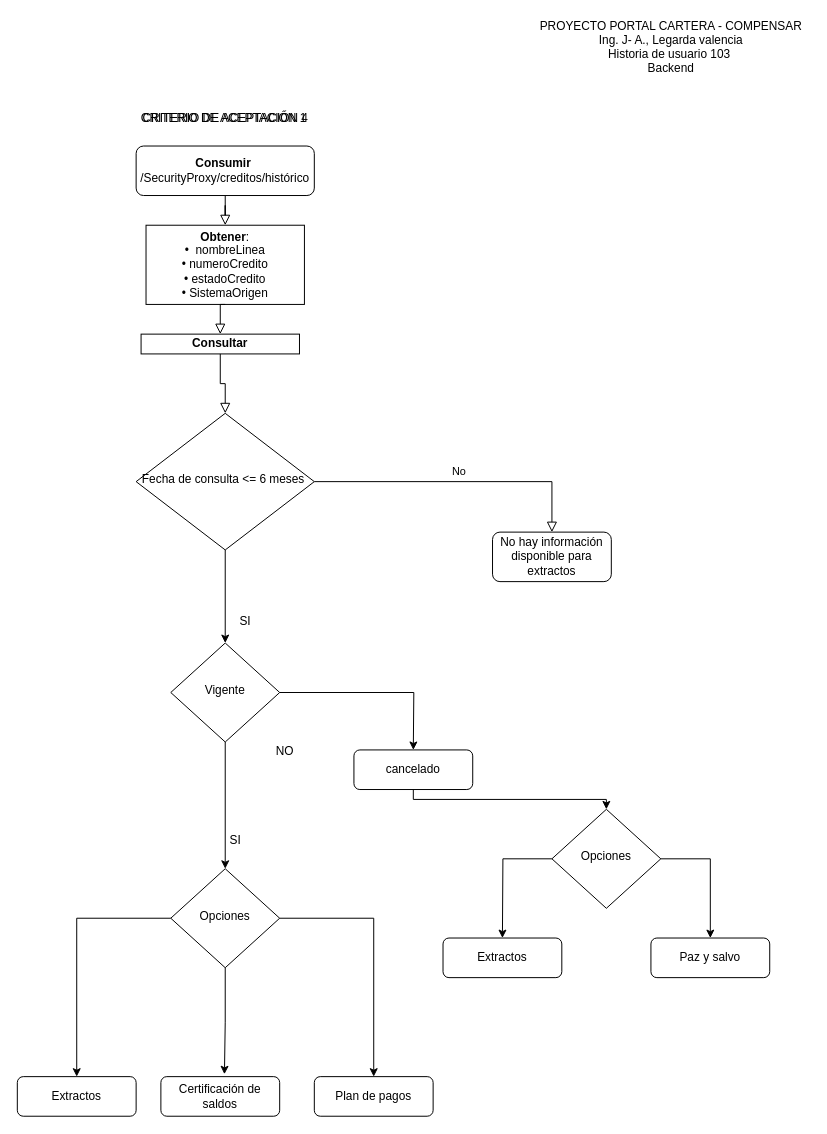
coderunner86/compensar-diagramas-flujo keeps this draw.io diagram as diagrama_flujo_backend_AC4_103.drawio. Above is the earlier version. Source tidied: cells renumbered, new cells numbered last; positions are measured from the earlier drawing's top-left corner, leaving out a move shared by most shapes. Both pictures are drawn from the tidied source at 99%, with x=0, y=0 at pixel (17, 17).
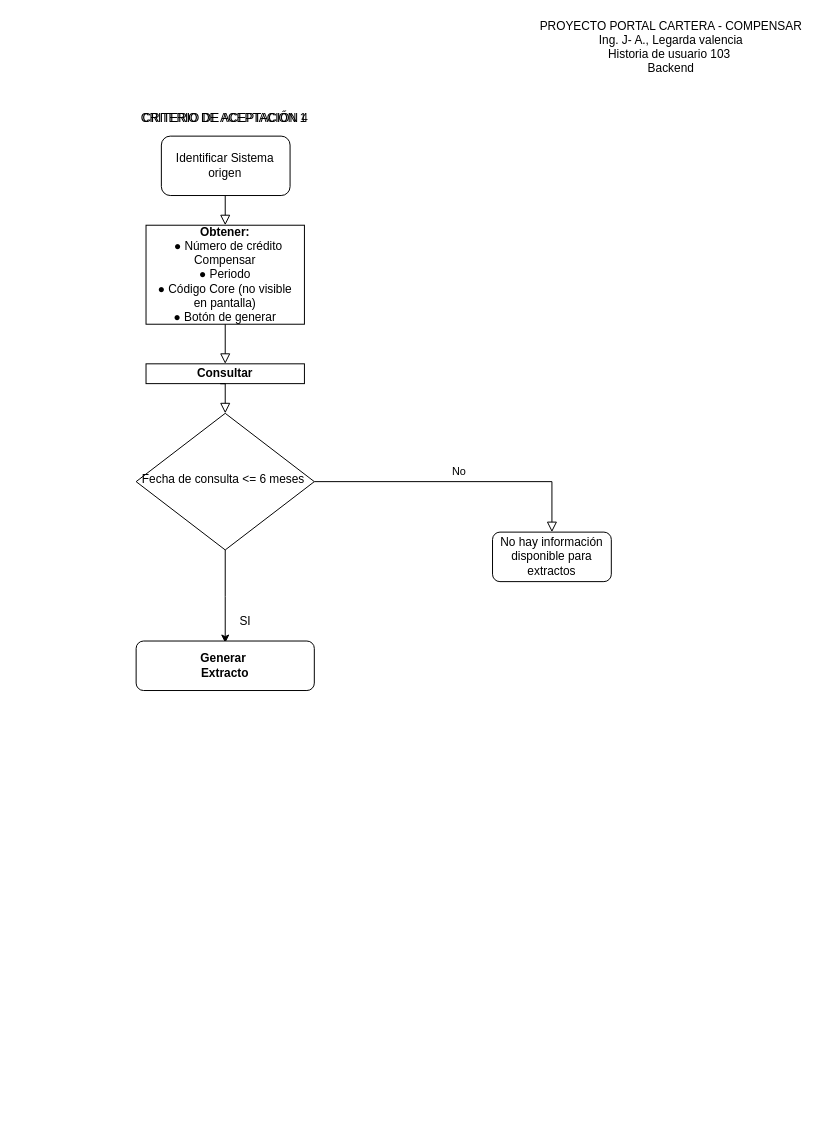
After the change.

Unchanged cells that the change refers to:
```xml
<mxCell id="4" value="Fecha de consulta &amp;lt;= 6 meses&amp;nbsp;&lt;br&gt;" style="rhombus;whiteSpace=wrap;html=1;shadow=0;fontFamily=Helvetica;fontSize=12;align=center;strokeWidth=1;spacing=6;spacingTop=-4;" parent="1" vertex="1">
  <mxGeometry x="120" y="400" width="180" height="138" as="geometry" />
</mxCell>
```

Diff of the diagram source:
```diff
@@
-    <mxCell id="2" style="rounded=0;html=1;jettySize=auto;fontSize=11;endArrow=block;endFill=0;endSize=8;strokeWidth=1;shadow=0;labelBackgroundColor=none;edgeStyle=orthogonalEdgeStyle;entryX=0.5;entryY=0;entryDx=0;entryDy=0;" parent="1" edge="1" source="3" target="13">
-      <mxGeometry relative="1" as="geometry" />
+    <mxCell id="2" style="rounded=0;html=1;jettySize=auto;fontSize=11;endArrow=block;endFill=0;endSize=8;strokeWidth=1;shadow=0;labelBackgroundColor=none;edgeStyle=orthogonalEdgeStyle;entryX=0.5;entryY=0;entryDx=0;entryDy=0;" parent="1" edge="1" target="13">
+      <mxGeometry relative="1" as="geometry">
+        <mxPoint x="210" y="180" as="sourcePoint" />
+      </mxGeometry>
     </mxCell>
-    <mxCell id="3" value="&lt;b&gt;Consumir&amp;nbsp;&lt;/b&gt;&lt;br&gt;/SecurityProxy/creditos/histórico" style="rounded=1;whiteSpace=wrap;html=1;fontSize=12;glass=0;strokeWidth=1;shadow=0;" parent="1" vertex="1">
-      <mxGeometry x="120" y="130" width="180" height="50" as="geometry" />
-    </mxCell>
@@
-    <mxCell id="6" style="endArrow=classic;html=1;rounded=0;edgeStyle=orthogonalEdgeStyle;exitX=0.5;exitY=1;exitDx=0;exitDy=0;" parent="1" edge="1" source="4" target="7">
-      <mxGeometry relative="1" as="geometry" />
+    <mxCell id="6" style="endArrow=classic;html=1;rounded=0;edgeStyle=orthogonalEdgeStyle;exitX=0.5;exitY=1;exitDx=0;exitDy=0;" parent="1" edge="1" source="4">
+      <mxGeometry relative="1" as="geometry">
+        <mxPoint x="210" y="632" as="targetPoint" />
+      </mxGeometry>
     </mxCell>
-    <mxCell id="7" value="Vigente" style="rhombus;whiteSpace=wrap;html=1;shadow=0;fontFamily=Helvetica;fontSize=12;align=center;strokeWidth=1;spacing=6;spacingTop=-4;" parent="1" vertex="1">
-      <mxGeometry x="155" y="632" width="110" height="100" as="geometry" />
-    </mxCell>
-    <mxCell id="8" style="endArrow=classic;html=1;rounded=0;edgeStyle=orthogonalEdgeStyle;exitX=1;exitY=0.5;exitDx=0;exitDy=0;" parent="1" edge="1" source="7">
-      <mxGeometry relative="1" as="geometry">
-        <mxPoint x="400" y="740" as="targetPoint" />
-      </mxGeometry>
-    </mxCell>
-    <mxCell id="9" value="NO" style="text;html=1;align=center;verticalAlign=middle;strokeColor=none;" parent="1" vertex="1">
-      <mxGeometry x="255" y="732" width="30" height="20" as="geometry" />
-    </mxCell>
-    <mxCell id="10" style="endArrow=classic;html=1;rounded=0;edgeStyle=orthogonalEdgeStyle;exitX=0.5;exitY=1;exitDx=0;exitDy=0;entryX=0.5;entryY=0;entryDx=0;entryDy=0;" parent="1" edge="1" source="7" target="22">
-      <mxGeometry relative="1" as="geometry" />
-    </mxCell>
-    <mxCell id="11" value="SI" style="text;html=1;align=center;verticalAlign=middle;strokeColor=none;" parent="1" vertex="1">
-      <mxGeometry x="205" y="822" width="30" height="20" as="geometry" />
-    </mxCell>
@@
-    <mxCell id="13" value="&lt;b&gt;Obtener&lt;/b&gt;:&lt;br&gt;•&amp;nbsp;&amp;nbsp;nombreLinea&lt;br&gt;• numeroCredito&lt;br&gt;• estadoCredito&lt;br&gt;• SistemaOrigen" style="rounded=0;whiteSpace=wrap;html=1;" parent="1" vertex="1">
-      <mxGeometry x="130" y="210" width="160" height="80" as="geometry" />
+    <mxCell id="13" value="&lt;b&gt;Obtener:&lt;br&gt;&lt;/b&gt;&amp;nbsp; ● Número de crédito &lt;br/&gt;Compensar &lt;br/&gt;● Periodo &lt;br/&gt;● Código Core (no visible &lt;br/&gt;en pantalla)&lt;br/&gt;● Botón de generar&lt;b&gt;&lt;br&gt;&lt;/b&gt;" style="rounded=0;whiteSpace=wrap;html=1;" parent="1" vertex="1">
+      <mxGeometry x="130" y="210" width="160" height="100" as="geometry" />
     </mxCell>
@@
-    <mxCell id="15" value="cancelado" style="rounded=1;whiteSpace=wrap;html=1;fontSize=12;glass=0;strokeWidth=1;shadow=0;" parent="1" vertex="1">
-      <mxGeometry x="340" y="740" width="120" height="40" as="geometry" />
-    </mxCell>
-    <mxCell id="16" value="Opciones" style="rhombus;whiteSpace=wrap;html=1;shadow=0;fontFamily=Helvetica;fontSize=12;align=center;strokeWidth=1;spacing=6;spacingTop=-4;" parent="1" vertex="1">
-      <mxGeometry x="540" y="800" width="110" height="100" as="geometry" />
-    </mxCell>
-    <mxCell id="17" style="endArrow=classic;html=1;rounded=0;edgeStyle=orthogonalEdgeStyle;exitX=0.5;exitY=1;exitDx=0;exitDy=0;entryX=0.5;entryY=0;entryDx=0;entryDy=0;" parent="1" edge="1" source="15" target="16">
-      <mxGeometry relative="1" as="geometry" />
-    </mxCell>
-    <mxCell id="18" style="endArrow=classic;html=1;rounded=0;edgeStyle=orthogonalEdgeStyle;exitX=0;exitY=0.5;exitDx=0;exitDy=0;" parent="1" edge="1" source="16">
-      <mxGeometry relative="1" as="geometry">
-        <mxPoint x="490" y="930" as="targetPoint" />
-      </mxGeometry>
-    </mxCell>
-    <mxCell id="19" style="endArrow=classic;html=1;rounded=0;edgeStyle=orthogonalEdgeStyle;exitX=1;exitY=0.5;exitDx=0;exitDy=0;" parent="1" edge="1" source="16">
-      <mxGeometry relative="1" as="geometry">
-        <mxPoint x="700" y="930" as="targetPoint" />
-        <Array as="points">
-          <mxPoint x="700" y="850" />
-        </Array>
-      </mxGeometry>
-    </mxCell>
-    <mxCell id="20" value="Extractos" style="rounded=1;whiteSpace=wrap;html=1;fontSize=12;glass=0;strokeWidth=1;shadow=0;" parent="1" vertex="1">
-      <mxGeometry x="430" y="930" width="120" height="40" as="geometry" />
-    </mxCell>
-    <mxCell id="21" value="Paz y salvo" style="rounded=1;whiteSpace=wrap;html=1;fontSize=12;glass=0;strokeWidth=1;shadow=0;" parent="1" vertex="1">
-      <mxGeometry x="640" y="930" width="120" height="40" as="geometry" />
-    </mxCell>
-    <mxCell id="22" value="Opciones" style="rhombus;whiteSpace=wrap;html=1;shadow=0;fontFamily=Helvetica;fontSize=12;align=center;strokeWidth=1;spacing=6;spacingTop=-4;" parent="1" vertex="1">
-      <mxGeometry x="155" y="860" width="110" height="100" as="geometry" />
-    </mxCell>
-    <mxCell id="23" style="endArrow=classic;html=1;rounded=0;edgeStyle=orthogonalEdgeStyle;exitX=0;exitY=0.5;exitDx=0;exitDy=0;entryX=0.5;entryY=0;entryDx=0;entryDy=0;" parent="1" edge="1" source="22" target="25">
-      <mxGeometry relative="1" as="geometry">
-        <Array as="points">
-          <mxPoint x="60" y="910" />
-        </Array>
-      </mxGeometry>
-    </mxCell>
-    <mxCell id="24" style="endArrow=classic;html=1;rounded=0;edgeStyle=orthogonalEdgeStyle;exitX=1;exitY=0.5;exitDx=0;exitDy=0;entryX=0.5;entryY=0;entryDx=0;entryDy=0;" parent="1" edge="1" source="22" target="26">
-      <mxGeometry relative="1" as="geometry">
-        <Array as="points">
-          <mxPoint x="360" y="910" />
-        </Array>
-      </mxGeometry>
-    </mxCell>
-    <mxCell id="25" value="Extractos" style="rounded=1;whiteSpace=wrap;html=1;fontSize=12;glass=0;strokeWidth=1;shadow=0;" parent="1" vertex="1">
-      <mxGeometry y="1070" width="120" height="40" as="geometry" />
-    </mxCell>
-    <mxCell id="26" value="Plan de pagos" style="rounded=1;whiteSpace=wrap;html=1;fontSize=12;glass=0;strokeWidth=1;shadow=0;" parent="1" vertex="1">
-      <mxGeometry x="300" y="1070" width="120" height="40" as="geometry" />
-    </mxCell>
@@
-    <mxCell id="28" value="Certificación de saldos" style="rounded=1;whiteSpace=wrap;html=1;fontSize=12;glass=0;strokeWidth=1;shadow=0;" parent="1" vertex="1">
-      <mxGeometry x="145" y="1070" width="120" height="40" as="geometry" />
-    </mxCell>
-    <mxCell id="29" style="endArrow=classic;html=1;rounded=0;edgeStyle=orthogonalEdgeStyle;exitX=0.5;exitY=1;exitDx=0;exitDy=0;entryX=0.535;entryY=-0.061;entryDx=0;entryDy=0;entryPerimeter=0;" parent="1" edge="1" source="22" target="28">
-      <mxGeometry relative="1" as="geometry" />
-    </mxCell>
@@
     <mxCell id="31" value="&lt;b&gt;Consultar&lt;/b&gt;" style="rounded=0;whiteSpace=wrap;html=1;" parent="1" vertex="1">
-      <mxGeometry x="125" y="320" width="160" height="20" as="geometry" />
+      <mxGeometry x="130" y="350" width="160" height="20" as="geometry" />
     </mxCell>
@@
+    <mxCell id="35" value="&lt;b&gt;Generar&amp;nbsp;&lt;/b&gt;&lt;br&gt;&lt;b&gt;Extracto&lt;/b&gt;" style="rounded=1;whiteSpace=wrap;html=1;fontSize=12;glass=0;strokeWidth=1;shadow=0;" parent="1" vertex="1">
+      <mxGeometry x="120" y="630" width="180" height="50" as="geometry" />
+    </mxCell>
+    <mxCell id="36" style="rounded=1;whiteSpace=wrap;html=1;" parent="1" vertex="1">
+      <mxGeometry x="145.5" y="120" width="130" height="60" as="geometry" />
+    </mxCell>
+    <mxCell id="37" value="Identificar Sistema origen" style="text;html=1;strokeColor=none;fillColor=none;align=center;verticalAlign=middle;whiteSpace=wrap;rounded=0;" parent="1" vertex="1">
+      <mxGeometry x="144.5" y="140" width="130" height="20" as="geometry" />
+    </mxCell>
```
